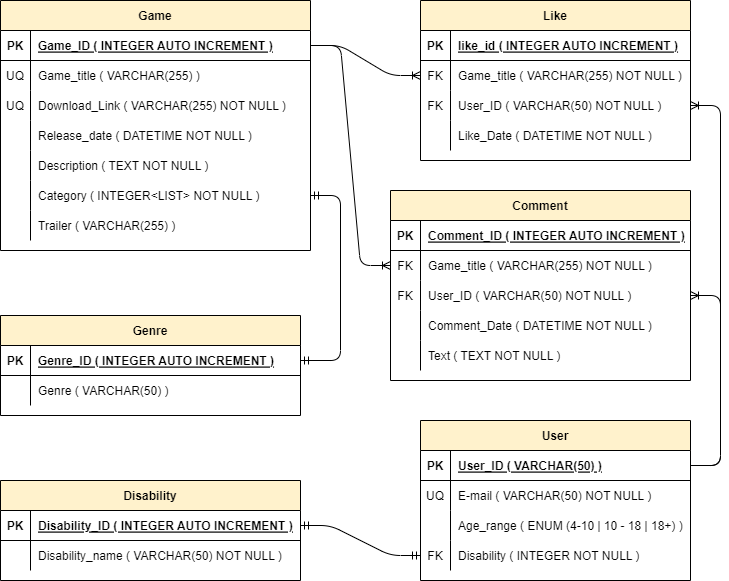
This is Media/Diagrama_DB.png from AmerikeVPA/pi-a-anzures-victor-practicas-3, a draw.io export, as it was before one commit. Source tidied: cells renumbered, new cells last; positions are measured from the earlier drawing's top-left corner, leaving out a move shared by most shapes.
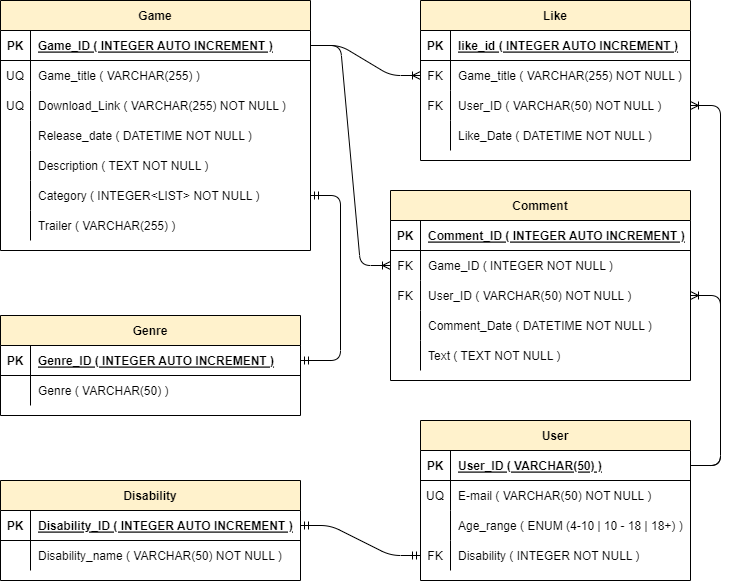
The same file after the commit.

The edit, as a diff of the source:
```diff
@@ -125,7 +125,7 @@
     <mxCell id="42" value="FK" style="shape=partialRectangle;fillColor=none;top=0;left=0;bottom=0;right=0;overflow=hidden;" parent="41" vertex="1">
       <mxGeometry width="30" height="30" as="geometry" />
     </mxCell>
-    <mxCell id="43" value="Game_title ( VARCHAR(255) NOT NULL )" style="shape=partialRectangle;fillColor=none;top=0;left=0;bottom=0;right=0;align=left;spacingLeft=6;overflow=hidden;" parent="41" vertex="1">
+    <mxCell id="43" value="Game_ID ( INTEGER NOT NULL )" style="shape=partialRectangle;fillColor=none;top=0;left=0;bottom=0;right=0;align=left;spacingLeft=6;overflow=hidden;" parent="41" vertex="1">
       <mxGeometry x="30" width="270" height="30" as="geometry" />
     </mxCell>
     <mxCell id="44" style="shape=tableRow;horizontal=0;startSize=0;swimlaneHead=0;swimlaneBody=0;fillColor=none;points=[[0,0.5],[1,0.5]];portConstraint=eastwest;top=0;left=0;right=0;bottom=0;" parent="37" vertex="1">
```
